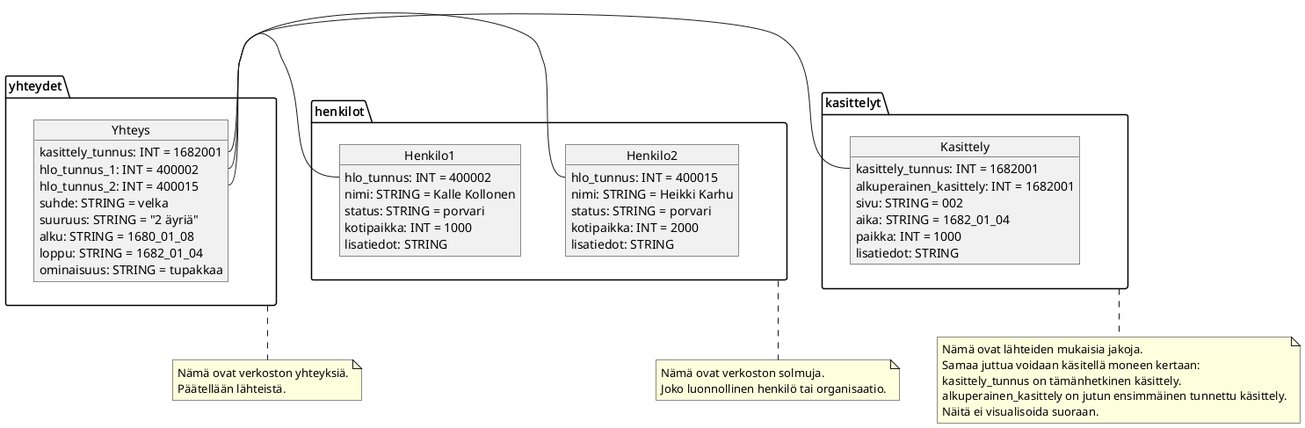
Above: references/original_data.png in AnttiHaerkoenen/border_towns (PlantUML), before the change.
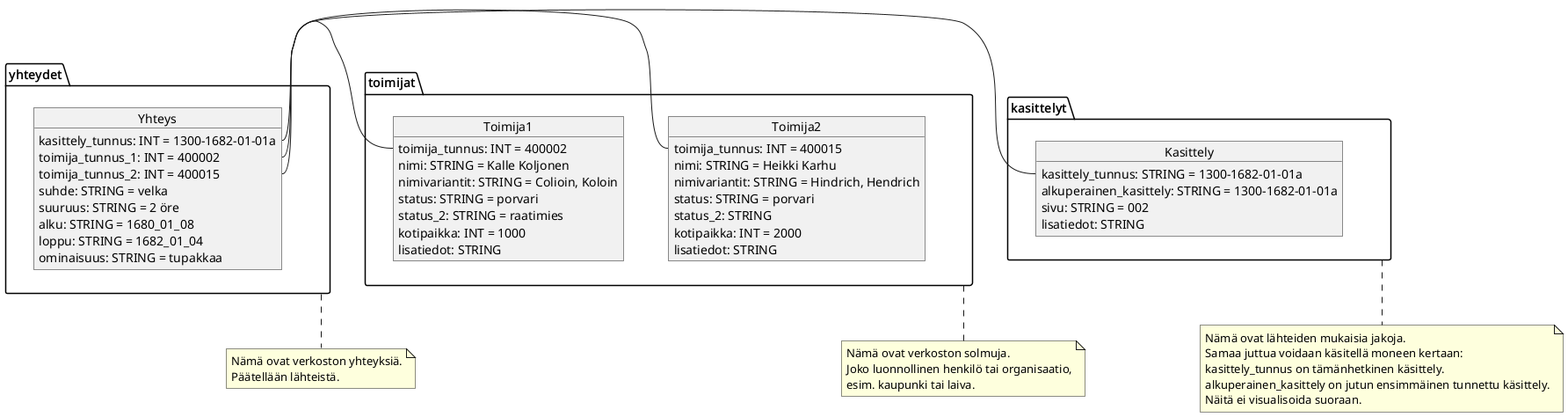
Above is the later version.

What changed in the source:
```diff
@@ -1,34 +1,38 @@
 @startuml
 
-package henkilot {
-    object Henkilo1 {
-        hlo_tunnus: INT = 400002
-        nimi: STRING = Kalle Kollonen
+package toimijat {
+    object Toimija1 {
+        toimija_tunnus: INT = 400002
+        nimi: STRING = Kalle Koljonen
+        nimivariantit: STRING = Colioin, Koloin
         status: STRING = porvari
+        status_2: STRING = raatimies
         kotipaikka: INT = 1000
         lisatiedot: STRING
     }
-
-    object Henkilo2 {
-        hlo_tunnus: INT = 400015
+    object Toimija2 {
+        toimija_tunnus: INT = 400015
         nimi: STRING = Heikki Karhu
+        nimivariantit: STRING = Hindrich, Hendrich
         status: STRING = porvari
+        status_2: STRING
         kotipaikka: INT = 2000
         lisatiedot: STRING
     }
 }
-note bottom of henkilot
+note bottom of toimijat
     Nämä ovat verkoston solmuja.
-    Joko luonnollinen henkilö tai organisaatio.
+    Joko luonnollinen henkilö tai organisaatio,
+    esim. kaupunki tai laiva.
 end note
 
 package yhteydet {
     object Yhteys {
-        kasittely_tunnus: INT = 1682001
-        hlo_tunnus_1: INT = 400002
-        hlo_tunnus_2: INT = 400015
+        kasittely_tunnus: INT = 1300-1682-01-01a
+        toimija_tunnus_1: INT = 400002
+        toimija_tunnus_2: INT = 400015
         suhde: STRING = velka
-        suuruus: STRING = "2 äyriä"
+        suuruus: STRING = 2 öre
         alku: STRING = 1680_01_08
         loppu: STRING = 1682_01_04
         ominaisuus: STRING = tupakkaa
@@ -41,11 +45,9 @@
 
 package kasittelyt {
     object Kasittely {
-        kasittely_tunnus: INT = 1682001
-        alkuperainen_kasittely: INT = 1682001
+        kasittely_tunnus: STRING = 1300-1682-01-01a
+        alkuperainen_kasittely: STRING = 1300-1682-01-01a
         sivu: STRING = 002
-        aika: STRING = 1682_01_04
-        paikka: INT = 1000
         lisatiedot: STRING
     }
 }
@@ -57,8 +59,8 @@
     Näitä ei visualisoida suoraan.
 end note
 
-Yhteys::hlo_tunnus_1 -r- Henkilo1::hlo_tunnus
-Yhteys::hlo_tunnus_2 -r- Henkilo2::hlo_tunnus
+Yhteys::toimija_tunnus_1 -r- Toimija1::toimija_tunnus
+Yhteys::toimija_tunnus_2 -r- Toimija2::toimija_tunnus
 Yhteys::kasittely_tunnus -l- Kasittely::kasittely_tunnus
 
 @enduml
```
